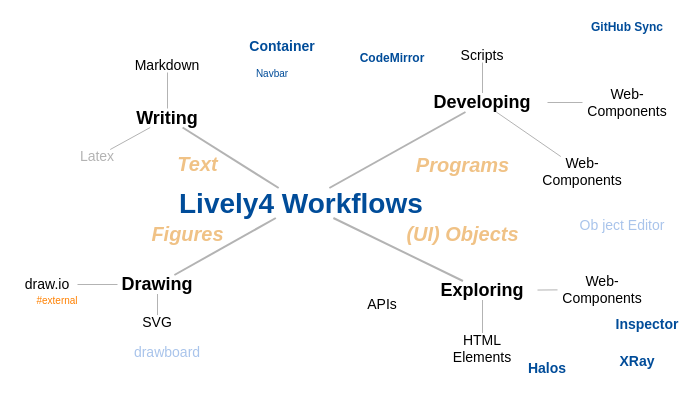
Before: doc/figures/workflows.drawio in LivelyKernel/lively4-core, a draw.io diagram. Source tidied: cells renumbered, new cells numbered last; positions are measured from the earlier drawing's top-left corner, leaving out a move shared by most shapes. Both pictures are drawn from the tidied source at 100%, with x=0, y=0 at pixel (17, 17).
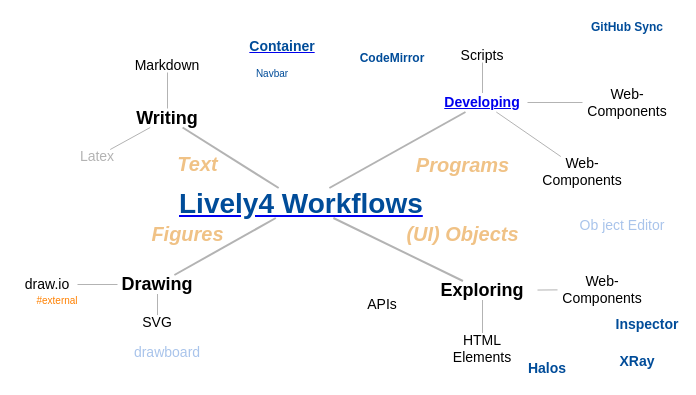
After the change.

The edit, as a diff of the source:
```diff
@@
-    <mxCell id="4" value="Lively4 Workflows" style="text;html=1;fontSize=28;fontColor=#004C99;fontStyle=1;verticalAlign=middle;" parent="1" vertex="1">
+    <mxCell id="4" value="&lt;a href=&quot;../workflows/index.md&quot;&gt;&lt;font color=&quot;#004c99&quot;&gt;Lively4 Workflows&lt;/font&gt;&lt;/a&gt;" style="text;html=1;fontSize=28;fontColor=#004C99;fontStyle=1;verticalAlign=middle;" parent="1" vertex="1">
       <mxGeometry x="160" y="170.5" width="250" height="30" as="geometry" />
     </mxCell>
@@
-    <mxCell id="17" value="&lt;b&gt;Developing&lt;/b&gt;" style="text;html=1;strokeColor=none;fillColor=none;align=center;verticalAlign=middle;whiteSpace=wrap;rounded=0;fontSize=18;" parent="1" vertex="1">
-      <mxGeometry x="400" y="75.5" width="130" height="19" as="geometry" />
+    <mxCell id="17" value="&lt;b&gt;&lt;a href=&quot;../workflows/developing.md&quot;&gt;Developing&lt;/a&gt;&lt;/b&gt;" style="text;html=1;strokeColor=none;fillColor=none;align=center;verticalAlign=middle;whiteSpace=wrap;rounded=0;fontSize=14;fontColor=#004C99;fontStyle=1;" parent="1" vertex="1">
+      <mxGeometry x="420" y="75.5" width="90" height="19" as="geometry" />
     </mxCell>
@@
-    <mxCell id="29" value="Container" style="text;html=1;strokeColor=none;fillColor=none;align=center;verticalAlign=middle;whiteSpace=wrap;rounded=0;fontSize=14;fontColor=#004C99;fontStyle=1;" parent="1" vertex="1">
+    <mxCell id="29" value="&lt;a href=&quot;../tools/container.md&quot;&gt;&lt;font color=&quot;#004c99&quot;&gt;Container&lt;/font&gt;&lt;/a&gt;" style="text;html=1;strokeColor=none;fillColor=none;align=center;verticalAlign=middle;whiteSpace=wrap;rounded=0;fontSize=14;fontColor=#004C99;fontStyle=1;" parent="1" vertex="1">
       <mxGeometry x="220" y="19" width="90" height="19" as="geometry" />
     </mxCell>
```
